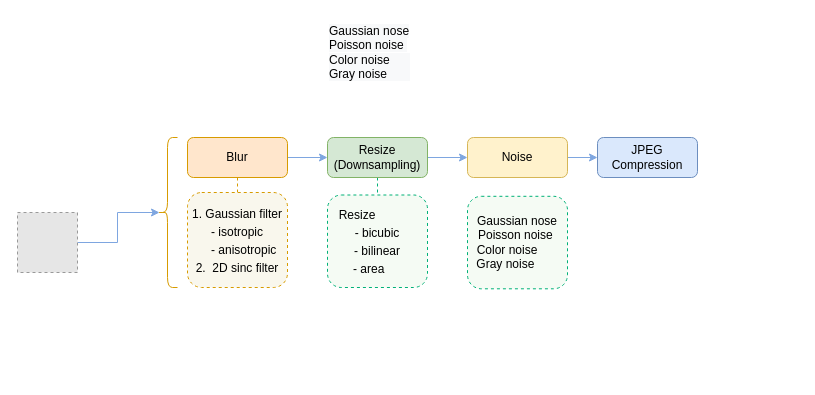
Before: second-order-degradation.drawio in zhaoyangkun/draw.io, a draw.io diagram. Source tidied: cells renumbered, new cells numbered last; positions are measured from the earlier drawing's top-left corner, leaving out a move shared by most shapes. Both pictures are drawn from the tidied source at 100%, with x=0, y=0 at pixel (17, 17). Pictures stored in the file or linked from it are replaced by grey dashed boxes.
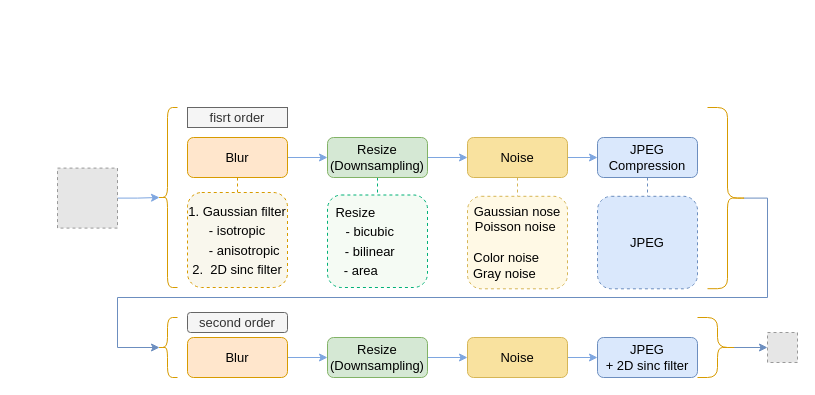
Above is the later version.

Change to the diagram source:
```diff
@@
-    <mxCell id="2" style="edgeStyle=orthogonalEdgeStyle;rounded=0;jettySize=auto;html=1;entryX=0.1;entryY=0.5;entryDx=0;entryDy=0;entryPerimeter=0;fontFamily=Helvetica;fontSize=12;fontColor=default;endArrow=classic;endFill=1;strokeColor=#7EA6E0;" parent="1" edge="1" source="3" target="13">
+    <mxCell id="2" style="edgeStyle=orthogonalEdgeStyle;rounded=0;jettySize=auto;html=1;entryX=0.1;entryY=0.5;entryDx=0;entryDy=0;entryPerimeter=0;fontFamily=Helvetica;fontSize=13;fontColor=default;endArrow=classic;endFill=1;strokeColor=#7EA6E0;" parent="1" edge="1" source="3" target="13">
       <mxGeometry relative="1" as="geometry" />
     </mxCell>
-    <mxCell id="3" style="fillColor=#E6E6E6;strokeColor=#999999;dashed=1;verticalLabelPosition=bottom;labelBackgroundColor=default;verticalAlign=top;" parent="1" vertex="1">
-      <mxGeometry y="195" width="60" height="60" as="geometry" />
+    <mxCell id="3" style="fillColor=#E6E6E6;strokeColor=#999999;dashed=1;verticalLabelPosition=bottom;labelBackgroundColor=default;verticalAlign=top;fontSize=13;" parent="1" vertex="1">
+      <mxGeometry x="40" y="150.6" width="60" height="60" as="geometry" />
     </mxCell>
-    <mxCell id="4" style="edgeStyle=orthogonalEdgeStyle;rounded=0;jettySize=auto;html=1;fontFamily=Helvetica;fontSize=12;fontColor=default;strokeColor=#7EA6E0;" parent="1" edge="1" source="6" target="9">
+    <mxCell id="4" style="edgeStyle=orthogonalEdgeStyle;rounded=0;jettySize=auto;html=1;fontFamily=Helvetica;fontSize=13;fontColor=default;strokeColor=#7EA6E0;" parent="1" edge="1" source="6" target="9">
       <mxGeometry relative="1" as="geometry" />
     </mxCell>
-    <mxCell id="5" style="edgeStyle=orthogonalEdgeStyle;rounded=0;jettySize=auto;html=1;exitX=0.5;exitY=1;exitDx=0;exitDy=0;entryX=0.5;entryY=0;entryDx=0;entryDy=0;fontFamily=Helvetica;fontSize=12;fontColor=default;dashed=1;endArrow=none;endFill=0;strokeColor=#D79B00;" parent="1" edge="1" source="6" target="14">
+    <mxCell id="5" style="edgeStyle=orthogonalEdgeStyle;rounded=0;jettySize=auto;html=1;exitX=0.5;exitY=1;exitDx=0;exitDy=0;entryX=0.5;entryY=0;entryDx=0;entryDy=0;fontFamily=Helvetica;fontSize=13;fontColor=default;dashed=1;endArrow=none;endFill=0;strokeColor=#D79B00;" parent="1" edge="1" source="6" target="14">
       <mxGeometry relative="1" as="geometry" />
     </mxCell>
-    <mxCell id="6" value="Blur" style="rounded=1;whiteSpace=wrap;html=1;fontFamily=Helvetica;fontSize=12;strokeColor=#d79b00;fillColor=#ffe6cc;" parent="1" vertex="1">
+    <mxCell id="6" value="Blur" style="rounded=1;whiteSpace=wrap;html=1;fontFamily=Helvetica;fontSize=13;strokeColor=#d79b00;fillColor=#ffe6cc;" parent="1" vertex="1">
       <mxGeometry x="170" y="120" width="100" height="40" as="geometry" />
     </mxCell>
-    <mxCell id="7" style="edgeStyle=orthogonalEdgeStyle;rounded=0;jettySize=auto;html=1;exitX=1;exitY=0.5;exitDx=0;exitDy=0;entryX=0;entryY=0.5;entryDx=0;entryDy=0;fontFamily=Helvetica;fontSize=12;fontColor=default;strokeColor=#7EA6E0;" parent="1" edge="1" source="9" target="11">
+    <mxCell id="7" style="edgeStyle=orthogonalEdgeStyle;rounded=0;jettySize=auto;html=1;exitX=1;exitY=0.5;exitDx=0;exitDy=0;entryX=0;entryY=0.5;entryDx=0;entryDy=0;fontFamily=Helvetica;fontSize=13;fontColor=default;strokeColor=#7EA6E0;" parent="1" edge="1" source="9" target="11">
       <mxGeometry relative="1" as="geometry" />
     </mxCell>
-    <mxCell id="8" style="edgeStyle=orthogonalEdgeStyle;rounded=0;jettySize=auto;html=1;exitX=0.5;exitY=1;exitDx=0;exitDy=0;entryX=0.5;entryY=0;entryDx=0;entryDy=0;fontFamily=Helvetica;fontSize=12;fontColor=default;endArrow=none;endFill=0;dashed=1;strokeColor=#01B177;" parent="1" edge="1" source="9" target="15">
+    <mxCell id="8" style="edgeStyle=orthogonalEdgeStyle;rounded=0;jettySize=auto;html=1;exitX=0.5;exitY=1;exitDx=0;exitDy=0;entryX=0.5;entryY=0;entryDx=0;entryDy=0;fontFamily=Helvetica;fontSize=13;fontColor=default;endArrow=none;endFill=0;dashed=1;strokeColor=#01B177;" parent="1" edge="1" source="9" target="15">
       <mxGeometry relative="1" as="geometry" />
     </mxCell>
-    <mxCell id="9" value="Resize&lt;br&gt;(Downsampling)" style="rounded=1;whiteSpace=wrap;html=1;fontFamily=Helvetica;fontSize=12;strokeColor=#82b366;fillColor=#d5e8d4;" parent="1" vertex="1">
+    <mxCell id="9" value="Resize&lt;br style=&quot;font-size: 13px;&quot;&gt;(Downsampling)" style="rounded=1;whiteSpace=wrap;html=1;fontFamily=Helvetica;fontSize=13;strokeColor=#82b366;fillColor=#d5e8d4;" parent="1" vertex="1">
       <mxGeometry x="310" y="120" width="100" height="40" as="geometry" />
     </mxCell>
-    <mxCell id="10" style="edgeStyle=orthogonalEdgeStyle;rounded=0;jettySize=auto;html=1;exitX=1;exitY=0.5;exitDx=0;exitDy=0;fontFamily=Helvetica;fontSize=12;fontColor=default;strokeColor=#7EA6E0;" parent="1" edge="1" source="11" target="12">
+    <mxCell id="10" style="edgeStyle=orthogonalEdgeStyle;rounded=0;jettySize=auto;html=1;exitX=1;exitY=0.5;exitDx=0;exitDy=0;fontFamily=Helvetica;fontSize=13;fontColor=default;strokeColor=#7EA6E0;" parent="1" edge="1" source="11" target="12">
       <mxGeometry relative="1" as="geometry" />
     </mxCell>
+    <mxCell id="18" style="edgeStyle=orthogonalEdgeStyle;rounded=0;jettySize=auto;html=1;exitX=0.5;exitY=1;exitDx=0;exitDy=0;entryX=0.5;entryY=0;entryDx=0;entryDy=0;dashed=1;fontFamily=Helvetica;fontSize=13;fontColor=default;endArrow=none;endFill=0;strokeColor=#D6B656;" parent="1" edge="1" source="11" target="16">
+      <mxGeometry relative="1" as="geometry" />
+    </mxCell>
-    <mxCell id="11" value="Noise" style="rounded=1;whiteSpace=wrap;html=1;fontFamily=Helvetica;fontSize=12;strokeColor=#d6b656;fillColor=#fff2cc;" parent="1" vertex="1">
+    <mxCell id="11" value="Noise" style="rounded=1;whiteSpace=wrap;html=1;fontFamily=Helvetica;fontSize=13;strokeColor=#d6b656;fillColor=#f9e29f;" parent="1" vertex="1">
       <mxGeometry x="450" y="120" width="100" height="40" as="geometry" />
     </mxCell>
+    <mxCell id="19" style="edgeStyle=orthogonalEdgeStyle;rounded=0;jettySize=auto;html=1;exitX=0.5;exitY=1;exitDx=0;exitDy=0;entryX=0.5;entryY=0;entryDx=0;entryDy=0;dashed=1;fontFamily=Helvetica;fontSize=13;fontColor=default;endArrow=none;endFill=0;strokeColor=#6C8EBF;" parent="1" edge="1" source="12" target="20">
+      <mxGeometry relative="1" as="geometry" />
+    </mxCell>
-    <mxCell id="12" value="JPEG&lt;br&gt;Compression" style="rounded=1;whiteSpace=wrap;html=1;fontFamily=Helvetica;fontSize=12;strokeColor=#6c8ebf;fillColor=#dae8fc;" parent="1" vertex="1">
+    <mxCell id="12" value="JPEG&lt;br style=&quot;font-size: 13px;&quot;&gt;Compression" style="rounded=1;whiteSpace=wrap;html=1;fontFamily=Helvetica;fontSize=13;strokeColor=#6c8ebf;fillColor=#dae8fc;" parent="1" vertex="1">
       <mxGeometry x="580" y="120" width="100" height="40" as="geometry" />
     </mxCell>
-    <mxCell id="13" style="shape=curlyBracket;whiteSpace=wrap;html=1;rounded=1;fontFamily=Helvetica;fontSize=12;fontColor=default;strokeColor=#d79b00;fillColor=#ffe6cc;" parent="1" vertex="1">
-      <mxGeometry x="140" y="120" width="20" height="150" as="geometry" />
+    <mxCell id="13" style="shape=curlyBracket;whiteSpace=wrap;html=1;rounded=1;fontFamily=Helvetica;fontSize=13;fontColor=default;strokeColor=#d79b00;fillColor=#ffe6cc;" parent="1" vertex="1">
+      <mxGeometry x="140" y="90" width="20" height="180" as="geometry" />
     </mxCell>
-    <mxCell id="14" value="&lt;p style=&quot;line-height: 1.5;&quot;&gt;1. Gaussian filter&lt;br&gt;- isotropic&lt;br&gt;&amp;nbsp; &amp;nbsp; - anisotropic&lt;br&gt;2.&amp;nbsp; 2D sinc filter&lt;/p&gt;" style="rounded=1;whiteSpace=wrap;html=1;fillColor=#f9f7ed;strokeColor=#D79B00;dashed=1;" parent="1" vertex="1">
+    <mxCell id="14" value="&lt;p style=&quot;line-height: 1.5; font-size: 13px;&quot;&gt;1. Gaussian filter&lt;br style=&quot;font-size: 13px;&quot;&gt;- isotropic&lt;br style=&quot;font-size: 13px;&quot;&gt;&amp;nbsp; &amp;nbsp; - anisotropic&lt;br style=&quot;font-size: 13px;&quot;&gt;2.&amp;nbsp; 2D sinc filter&lt;/p&gt;" style="rounded=1;whiteSpace=wrap;html=1;fillColor=#f9f7ed;strokeColor=#D79B00;dashed=1;fontSize=13;" parent="1" vertex="1">
       <mxGeometry x="170" y="175" width="100" height="95" as="geometry" />
     </mxCell>
-    <mxCell id="15" value="&lt;p style=&quot;line-height: 1.5;&quot;&gt;Resize&amp;nbsp; &amp;nbsp; &amp;nbsp; &amp;nbsp; &amp;nbsp; &amp;nbsp;&amp;nbsp;&lt;br&gt;- bicubic&lt;br&gt;&amp;nbsp; &amp;nbsp; - bilinear&amp;nbsp; &amp;nbsp;&amp;nbsp;&lt;br&gt;- area&amp;nbsp; &amp;nbsp; &amp;nbsp;&lt;/p&gt;" style="rounded=1;whiteSpace=wrap;html=1;fillColor=#f5fbf4;strokeColor=#01b177;dashed=1;shadow=0;" parent="1" vertex="1">
+    <mxCell id="15" value="&lt;p style=&quot;line-height: 1.5; font-size: 13px;&quot;&gt;Resize&amp;nbsp; &amp;nbsp; &amp;nbsp; &amp;nbsp; &amp;nbsp; &amp;nbsp;&amp;nbsp;&lt;br style=&quot;font-size: 13px;&quot;&gt;- bicubic&amp;nbsp; &amp;nbsp;&amp;nbsp;&lt;br style=&quot;font-size: 13px;&quot;&gt;&amp;nbsp; &amp;nbsp; - bilinear&amp;nbsp; &amp;nbsp; &amp;nbsp; &amp;nbsp;&amp;nbsp;&lt;br style=&quot;font-size: 13px;&quot;&gt;- area&amp;nbsp; &amp;nbsp; &amp;nbsp; &amp;nbsp; &amp;nbsp;&lt;/p&gt;" style="rounded=1;whiteSpace=wrap;html=1;fillColor=#f5fbf4;strokeColor=#01b177;dashed=1;shadow=0;fontSize=13;" parent="1" vertex="1">
       <mxGeometry x="310" y="177.5" width="100" height="92.5" as="geometry" />
     </mxCell>
-    <mxCell id="16" value="&lt;span style=&quot;&quot;&gt;Gaussian nose&lt;/span&gt;&lt;br style=&quot;&quot;&gt;&lt;span style=&quot;&quot;&gt;Poisson noise&amp;nbsp;&lt;/span&gt;&lt;br style=&quot;&quot;&gt;&lt;span style=&quot;&quot;&gt;Color noise&amp;nbsp; &amp;nbsp; &amp;nbsp;&amp;nbsp;&lt;/span&gt;&lt;br style=&quot;&quot;&gt;&lt;span style=&quot;&quot;&gt;Gray noise&amp;nbsp; &amp;nbsp; &amp;nbsp; &amp;nbsp;&lt;/span&gt;" style="rounded=1;whiteSpace=wrap;html=1;fillColor=#f5fbf4;strokeColor=#01b177;dashed=1;shadow=0;align=center;" parent="1" vertex="1">
+    <mxCell id="16" value="&lt;span style=&quot;font-size: 13px;&quot;&gt;Gaussian nose&lt;/span&gt;&lt;br style=&quot;font-size: 13px;&quot;&gt;&lt;span style=&quot;font-size: 13px;&quot;&gt;Poisson noise&amp;nbsp;&lt;br style=&quot;font-size: 13px;&quot;&gt;&amp;nbsp;&lt;/span&gt;&lt;br style=&quot;font-size: 13px;&quot;&gt;&lt;span style=&quot;font-size: 13px;&quot;&gt;Color noise&amp;nbsp; &amp;nbsp; &amp;nbsp;&amp;nbsp;&lt;/span&gt;&lt;br style=&quot;font-size: 13px;&quot;&gt;&lt;span style=&quot;font-size: 13px;&quot;&gt;Gray noise&amp;nbsp; &amp;nbsp; &amp;nbsp; &amp;nbsp;&lt;/span&gt;" style="rounded=1;whiteSpace=wrap;html=1;fillColor=#fff9e5;strokeColor=#D6B656;dashed=1;shadow=0;align=center;fontSize=13;" parent="1" vertex="1">
       <mxGeometry x="450" y="178.8" width="100" height="92.5" as="geometry" />
     </mxCell>
-    <mxCell id="17" value="&lt;span style=&quot;color: rgb(0, 0, 0); font-family: Helvetica; font-size: 12px; font-style: normal; font-variant-ligatures: normal; font-variant-caps: normal; font-weight: 400; letter-spacing: normal; orphans: 2; text-align: center; text-indent: 0px; text-transform: none; widows: 2; word-spacing: 0px; -webkit-text-stroke-width: 0px; background-color: rgb(248, 249, 250); text-decoration-thickness: initial; text-decoration-style: initial; text-decoration-color: initial; float: none; display: inline !important;&quot;&gt;Gaussian nose&lt;/span&gt;&lt;br style=&quot;color: rgb(0, 0, 0); font-family: Helvetica; font-size: 12px; font-style: normal; font-variant-ligatures: normal; font-variant-caps: normal; font-weight: 400; letter-spacing: normal; orphans: 2; text-align: center; text-indent: 0px; text-transform: none; widows: 2; word-spacing: 0px; -webkit-text-stroke-width: 0px; background-color: rgb(248, 249, 250); text-decoration-thickness: initial; text-decoration-style: initial; text-decoration-color: initial;&quot;&gt;&lt;span style=&quot;color: rgb(0, 0, 0); font-family: Helvetica; font-size: 12px; font-style: normal; font-variant-ligatures: normal; font-variant-caps: normal; font-weight: 400; letter-spacing: normal; orphans: 2; text-align: center; text-indent: 0px; text-transform: none; widows: 2; word-spacing: 0px; -webkit-text-stroke-width: 0px; background-color: rgb(248, 249, 250); text-decoration-thickness: initial; text-decoration-style: initial; text-decoration-color: initial; float: none; display: inline !important;&quot;&gt;Poisson noise&amp;nbsp;&lt;/span&gt;&lt;br style=&quot;color: rgb(0, 0, 0); font-family: Helvetica; font-size: 12px; font-style: normal; font-variant-ligatures: normal; font-variant-caps: normal; font-weight: 400; letter-spacing: normal; orphans: 2; text-align: center; text-indent: 0px; text-transform: none; widows: 2; word-spacing: 0px; -webkit-text-stroke-width: 0px; background-color: rgb(248, 249, 250); text-decoration-thickness: initial; text-decoration-style: initial; text-decoration-color: initial;&quot;&gt;&lt;span style=&quot;color: rgb(0, 0, 0); font-family: Helvetica; font-size: 12px; font-style: normal; font-variant-ligatures: normal; font-variant-caps: normal; font-weight: 400; letter-spacing: normal; orphans: 2; text-align: center; text-indent: 0px; text-transform: none; widows: 2; word-spacing: 0px; -webkit-text-stroke-width: 0px; background-color: rgb(248, 249, 250); text-decoration-thickness: initial; text-decoration-style: initial; text-decoration-color: initial; float: none; display: inline !important;&quot;&gt;Color noise&amp;nbsp; &amp;nbsp; &amp;nbsp;&amp;nbsp;&lt;/span&gt;&lt;br style=&quot;color: rgb(0, 0, 0); font-family: Helvetica; font-size: 12px; font-style: normal; font-variant-ligatures: normal; font-variant-caps: normal; font-weight: 400; letter-spacing: normal; orphans: 2; text-align: center; text-indent: 0px; text-transform: none; widows: 2; word-spacing: 0px; -webkit-text-stroke-width: 0px; background-color: rgb(248, 249, 250); text-decoration-thickness: initial; text-decoration-style: initial; text-decoration-color: initial;&quot;&gt;&lt;span style=&quot;color: rgb(0, 0, 0); font-family: Helvetica; font-size: 12px; font-style: normal; font-variant-ligatures: normal; font-variant-caps: normal; font-weight: 400; letter-spacing: normal; orphans: 2; text-align: center; text-indent: 0px; text-transform: none; widows: 2; word-spacing: 0px; -webkit-text-stroke-width: 0px; background-color: rgb(248, 249, 250); text-decoration-thickness: initial; text-decoration-style: initial; text-decoration-color: initial; float: none; display: inline !important;&quot;&gt;Gray noise&amp;nbsp; &amp;nbsp; &amp;nbsp; &amp;nbsp;&lt;/span&gt;" style="text;whiteSpace=wrap;html=1;fontSize=11;fontFamily=Helvetica;fontColor=default;" parent="1" vertex="1">
-      <mxGeometry x="310" width="110" height="80" as="geometry" />
-    </mxCell>
+    <mxCell id="20" value="JPEG" style="rounded=1;whiteSpace=wrap;html=1;fillColor=#DAE8FC;strokeColor=#6C8EBF;dashed=1;shadow=0;align=center;fontSize=13;" parent="1" vertex="1">
+      <mxGeometry x="580" y="178.8" width="100" height="92.5" as="geometry" />
+    </mxCell>
+    <mxCell id="21" style="edgeStyle=orthogonalEdgeStyle;rounded=0;jettySize=auto;html=1;fontFamily=Helvetica;fontSize=13;fontColor=default;strokeColor=#7EA6E0;" parent="1" edge="1" source="22" target="24">
+      <mxGeometry relative="1" as="geometry" />
+    </mxCell>
+    <mxCell id="22" value="Blur" style="rounded=1;whiteSpace=wrap;html=1;fontFamily=Helvetica;fontSize=13;strokeColor=#d79b00;fillColor=#ffe6cc;" parent="1" vertex="1">
+      <mxGeometry x="170" y="320" width="100" height="40" as="geometry" />
+    </mxCell>
+    <mxCell id="23" style="edgeStyle=orthogonalEdgeStyle;rounded=0;jettySize=auto;html=1;exitX=1;exitY=0.5;exitDx=0;exitDy=0;entryX=0;entryY=0.5;entryDx=0;entryDy=0;fontFamily=Helvetica;fontSize=13;fontColor=default;strokeColor=#7EA6E0;" parent="1" edge="1" source="24" target="26">
+      <mxGeometry relative="1" as="geometry" />
+    </mxCell>
+    <mxCell id="24" value="Resize&lt;br style=&quot;font-size: 13px;&quot;&gt;(Downsampling)" style="rounded=1;whiteSpace=wrap;html=1;fontFamily=Helvetica;fontSize=13;strokeColor=#82b366;fillColor=#d5e8d4;" parent="1" vertex="1">
+      <mxGeometry x="310" y="320" width="100" height="40" as="geometry" />
+    </mxCell>
+    <mxCell id="25" style="edgeStyle=orthogonalEdgeStyle;rounded=0;jettySize=auto;html=1;exitX=1;exitY=0.5;exitDx=0;exitDy=0;fontFamily=Helvetica;fontSize=13;fontColor=default;strokeColor=#7EA6E0;" parent="1" edge="1" source="26" target="27">
+      <mxGeometry relative="1" as="geometry" />
+    </mxCell>
+    <mxCell id="26" value="Noise" style="rounded=1;whiteSpace=wrap;html=1;fontFamily=Helvetica;fontSize=13;strokeColor=#d6b656;fillColor=#f9e29f;" parent="1" vertex="1">
+      <mxGeometry x="450" y="320" width="100" height="40" as="geometry" />
+    </mxCell>
+    <mxCell id="27" value="JPEG&lt;br style=&quot;font-size: 13px;&quot;&gt;+ 2D sinc filter" style="rounded=1;whiteSpace=wrap;html=1;fontFamily=Helvetica;fontSize=13;strokeColor=#6c8ebf;fillColor=#dae8fc;" parent="1" vertex="1">
+      <mxGeometry x="580" y="320" width="100" height="40" as="geometry" />
+    </mxCell>
+    <mxCell id="28" style="edgeStyle=orthogonalEdgeStyle;rounded=0;jettySize=auto;html=1;entryX=0.1;entryY=0.5;entryDx=0;entryDy=0;entryPerimeter=0;fontFamily=Helvetica;fontSize=13;fontColor=default;endArrow=classic;endFill=1;strokeColor=#6C8EBF;exitX=0.1;exitY=0.5;exitDx=0;exitDy=0;exitPerimeter=0;" parent="1" edge="1" source="29" target="30">
+      <mxGeometry relative="1" as="geometry">
+        <Array as="points">
+          <mxPoint x="750" y="181" />
+          <mxPoint x="750" y="280" />
+          <mxPoint x="100" y="280" />
+          <mxPoint x="100" y="330" />
+        </Array>
+      </mxGeometry>
+    </mxCell>
+    <mxCell id="29" style="shape=curlyBracket;whiteSpace=wrap;html=1;rounded=1;flipH=1;fontFamily=Helvetica;fontSize=13;fontColor=default;strokeColor=#d79b00;fillColor=#ffe6cc;" parent="1" vertex="1">
+      <mxGeometry x="690" y="90" width="40" height="181.2" as="geometry" />
+    </mxCell>
+    <mxCell id="30" style="shape=curlyBracket;whiteSpace=wrap;html=1;rounded=1;fontFamily=Helvetica;fontSize=13;fontColor=default;strokeColor=#d79b00;fillColor=#ffe6cc;size=0.5;" parent="1" vertex="1">
+      <mxGeometry x="140" y="300" width="20" height="60" as="geometry" />
+    </mxCell>
+    <mxCell id="31" value="fisrt order" style="rounded=0;whiteSpace=wrap;html=1;fontFamily=Helvetica;fontSize=13;fontColor=#333333;strokeColor=#666666;fillColor=#f5f5f5;" parent="1" vertex="1">
+      <mxGeometry x="170" y="90" width="100" height="20" as="geometry" />
+    </mxCell>
+    <mxCell id="32" value="second order" style="rounded=1;whiteSpace=wrap;html=1;fontFamily=Helvetica;fontSize=13;fontColor=#333333;strokeColor=#666666;fillColor=#f5f5f5;" parent="1" vertex="1">
+      <mxGeometry x="170" y="295" width="100" height="20" as="geometry" />
+    </mxCell>
+    <mxCell id="33" style="fillColor=#E6E6E6;strokeColor=#999999;dashed=1;verticalLabelPosition=bottom;labelBackgroundColor=default;verticalAlign=top;fontSize=13;" parent="1" vertex="1">
+      <mxGeometry x="750" y="315" width="30" height="30" as="geometry" />
+    </mxCell>
+    <mxCell id="34" style="edgeStyle=orthogonalEdgeStyle;rounded=0;jettySize=auto;html=1;entryX=0;entryY=0.5;entryDx=0;entryDy=0;fontFamily=Helvetica;fontSize=13;fontColor=default;endArrow=classic;endFill=1;strokeColor=#6C8EBF;exitX=0.1;exitY=0.5;exitDx=0;exitDy=0;exitPerimeter=0;" parent="1" edge="1" source="35" target="33">
+      <mxGeometry relative="1" as="geometry" />
+    </mxCell>
+    <mxCell id="35" style="shape=curlyBracket;whiteSpace=wrap;html=1;rounded=1;flipH=1;fontFamily=Helvetica;fontSize=13;fontColor=default;strokeColor=#d79b00;fillColor=#ffe6cc;size=0.5;" parent="1" vertex="1">
+      <mxGeometry x="680" y="300" width="40" height="60" as="geometry" />
+    </mxCell>
```
